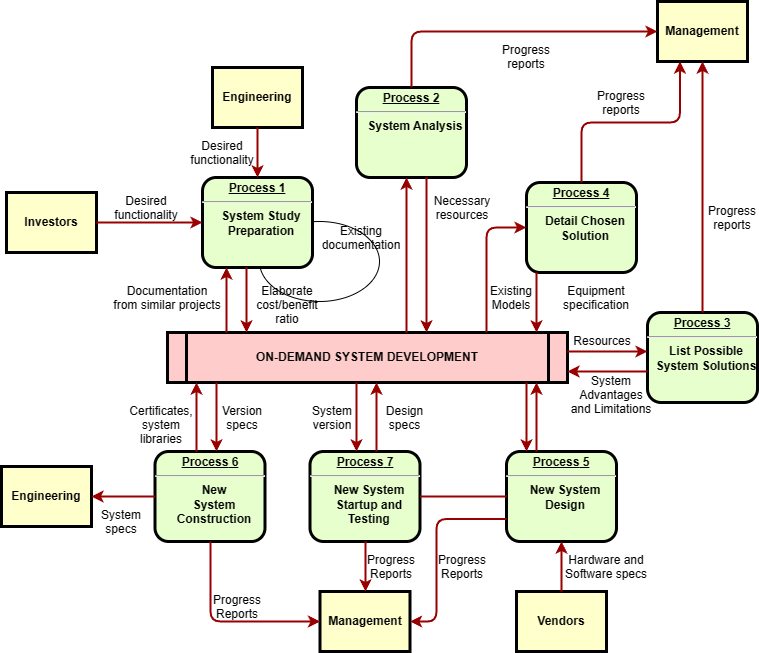
msc3000/draw.io.files keeps this draw.io diagram as yixun.search.drawio.png. Above is the earlier version. Source tidied: cells renumbered, new cells last; positions are measured from the earlier drawing's top-left corner, leaving out a move shared by most shapes.
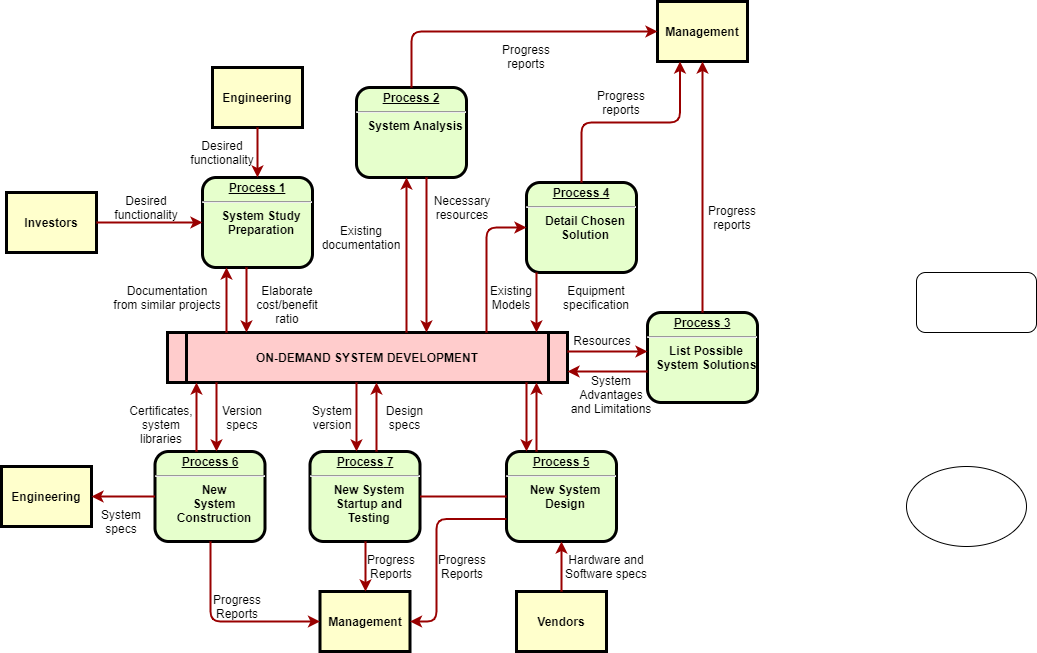
The same diagram one commit later.

Change to the diagram source:
```diff
@@ -3,7 +3,7 @@
     <mxCell id="0" />
     <mxCell id="1" parent="0" />
     <mxCell id="2" style="ellipse;whiteSpace=wrap;html=1;" parent="1" vertex="1">
-      <mxGeometry x="258" y="220" width="120" height="80" as="geometry" />
+      <mxGeometry x="905" y="465" width="120" height="80" as="geometry" />
     </mxCell>
     <mxCell id="3" value="&lt;p style=&quot;margin: 0px; margin-top: 4px; text-align: center; text-decoration: underline;&quot;&gt;&lt;strong&gt;Process 1&lt;br /&gt;&lt;/strong&gt;&lt;/p&gt;&lt;hr /&gt;&lt;p style=&quot;margin: 0px; margin-left: 8px;&quot;&gt;System Study&lt;/p&gt;&lt;p style=&quot;margin: 0px; margin-left: 8px;&quot;&gt;Preparation&lt;/p&gt;" style="verticalAlign=middle;align=center;overflow=fill;fontSize=12;fontFamily=Helvetica;html=1;rounded=1;fontStyle=1;strokeWidth=3;fillColor=#E6FFCC;" parent="1" vertex="1">
       <mxGeometry x="201" y="176" width="110" height="90" as="geometry" />
@@ -256,5 +256,8 @@
     <mxCell id="63" value="System&#10;version" style="text;spacingTop=-5;align=center;" parent="1" vertex="1">
       <mxGeometry x="316" y="401" width="30" height="20" as="geometry" />
     </mxCell>
+    <mxCell id="64" style="rounded=1;whiteSpace=wrap;html=1;" parent="1" vertex="1">
+      <mxGeometry x="915" y="271" width="120" height="60" as="geometry" />
+    </mxCell>
   </root>
 </mxGraphModel>
```
